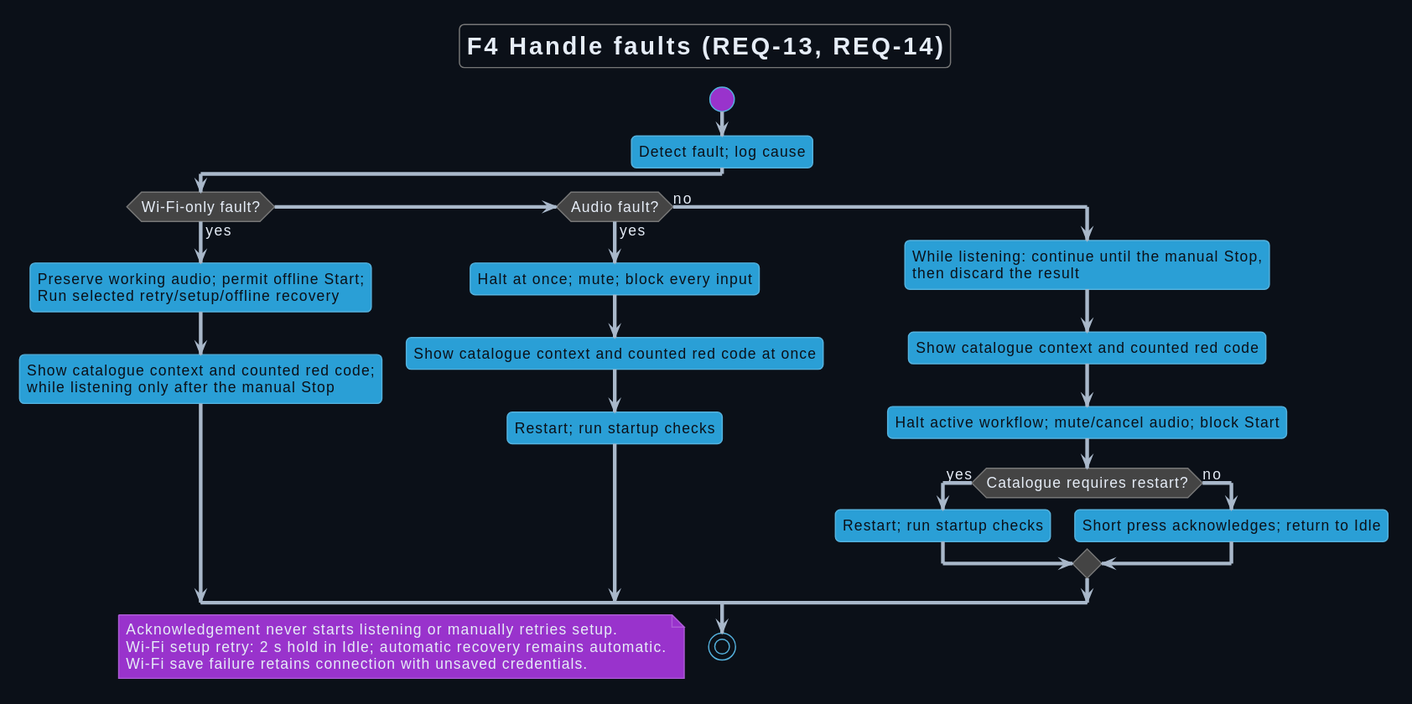
Above: Development/system/requirements/use-cases/rendered/uc_04_faults.svg in DemonicPsychoII/DigitalStethoscope (PlantUML), before the change.
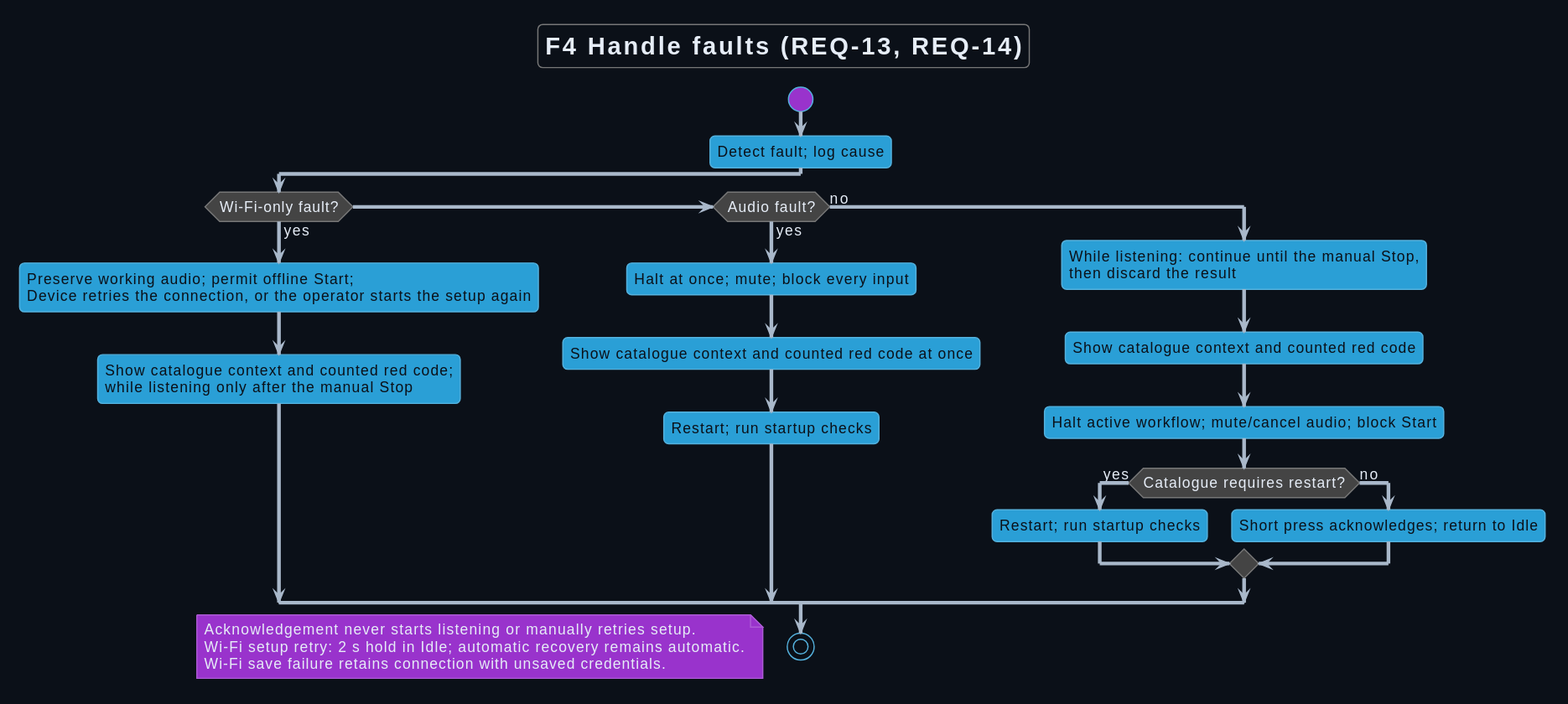
After the change.

What changed in the source:
```diff
@@ -13,7 +13,7 @@
 start
 :Detect fault; log cause;
 if (Wi-Fi-only fault?) then (yes)
- :Preserve working audio; permit offline Start;\nRun selected retry/setup/offline recovery;
+ :Preserve working audio; permit offline Start;\nDevice retries the connection, or the operator starts the setup again;
  :Show catalogue context and counted red code;\nwhile listening only after the manual Stop;
 elseif (Audio fault?) then (yes)
  :Halt at once; mute; block every input;
```
